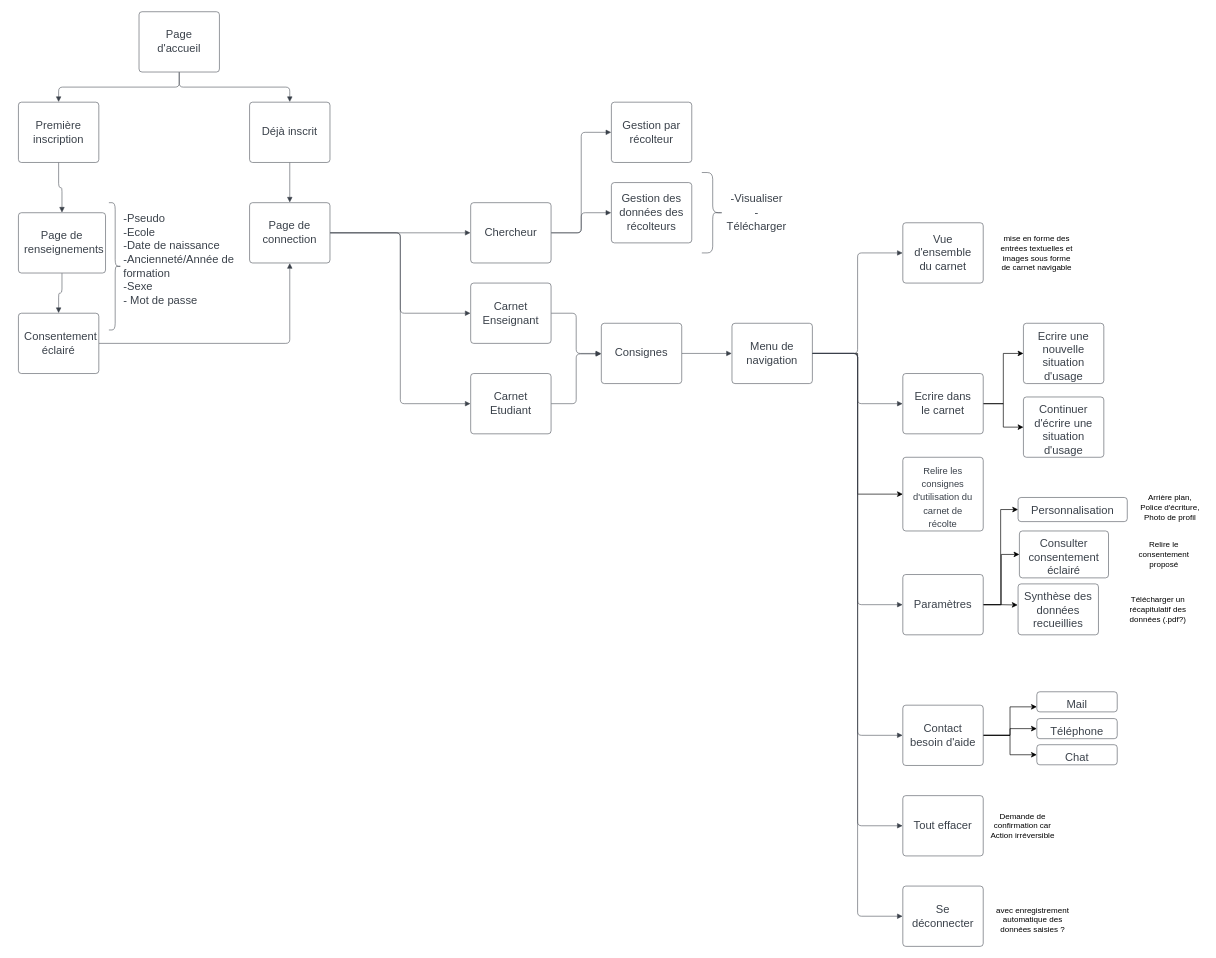
The draw.io diagram carnet_siteweb.drawio in OnzeUn/carnetV0, before the edit. Source tidied: cells renumbered, new cells numbered last; positions are measured from the earlier drawing's top-left corner, leaving out a move shared by most shapes. Both pictures are drawn from the tidied source at 67%, with x=0, y=0 at pixel (18, 11).
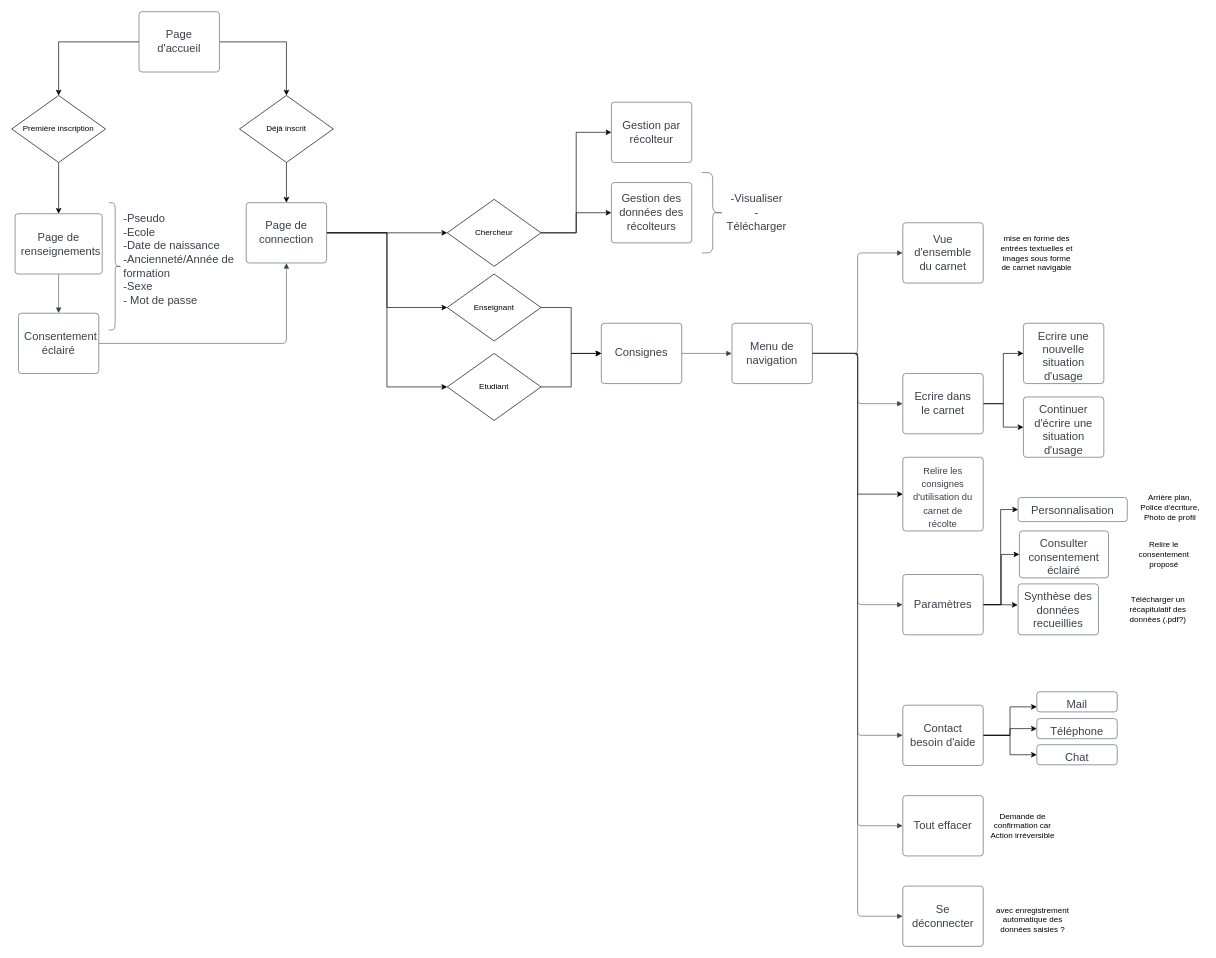
After the change.

Commit message:
Mettre à jour carnet_siteweb.drawio

Unchanged cells that the change refers to:
```xml
<mxCell id="2" value="Page d'accueil" style="html=1;overflow=block;blockSpacing=1;whiteSpace=wrap;fontSize=16.7;fontColor=#3a414a;spacing=9;strokeColor=#3a414a;strokeOpacity=100;rounded=1;absoluteArcSize=1;arcSize=9;strokeWidth=0.8;" parent="1" vertex="1">
  <mxGeometry x="180" width="120" height="90" as="geometry" />
</mxCell>
<mxCell id="16" value="Gestion par récolteur" style="html=1;overflow=block;blockSpacing=1;whiteSpace=wrap;fontSize=16.7;fontColor=#3a414a;spacing=9;strokeColor=#3a414a;strokeOpacity=100;rounded=1;absoluteArcSize=1;arcSize=9;strokeWidth=0.8;" parent="1" vertex="1">
  <mxGeometry x="885" y="135" width="120" height="90" as="geometry" />
</mxCell>
<mxCell id="17" value="Gestion des données des récolteurs" style="html=1;overflow=block;blockSpacing=1;whiteSpace=wrap;fontSize=16.7;fontColor=#3a414a;spacing=9;strokeColor=#3a414a;strokeOpacity=100;rounded=1;absoluteArcSize=1;arcSize=9;strokeWidth=0.8;" parent="1" vertex="1">
  <mxGeometry x="885" y="255" width="120" height="90" as="geometry" />
</mxCell>
<mxCell id="49" value="Consignes" style="html=1;overflow=block;blockSpacing=1;whiteSpace=wrap;fontSize=16.7;fontColor=#3a414a;spacing=9;strokeColor=#3a414a;strokeOpacity=100;rounded=1;absoluteArcSize=1;arcSize=9;strokeWidth=0.8;" parent="1" vertex="1">
  <mxGeometry x="870" y="465" width="120" height="90" as="geometry" />
</mxCell>
```

Diff of the diagram source:
```diff
@@
+    <mxCell id="7" style="edgeStyle=orthogonalEdgeStyle;rounded=0;jettySize=auto;html=1;entryX=0.5;entryY=0;entryDx=0;entryDy=0;" parent="1" edge="1" source="2" target="3">
+      <mxGeometry relative="1" as="geometry" />
+    </mxCell>
+    <mxCell id="8" style="edgeStyle=orthogonalEdgeStyle;rounded=0;jettySize=auto;html=1;entryX=0.5;entryY=0;entryDx=0;entryDy=0;" parent="1" edge="1" source="2" target="4">
+      <mxGeometry relative="1" as="geometry" />
+    </mxCell>
@@
-    <mxCell id="3" value="Première inscription" style="html=1;overflow=block;blockSpacing=1;whiteSpace=wrap;fontSize=16.7;fontColor=#3a414a;spacing=9;strokeColor=#3a414a;strokeOpacity=100;rounded=1;absoluteArcSize=1;arcSize=9;strokeWidth=0.8;" parent="1" vertex="1">
-      <mxGeometry y="135" width="120" height="90" as="geometry" />
-    </mxCell>
-    <mxCell id="4" value="Déjà inscrit" style="html=1;overflow=block;blockSpacing=1;whiteSpace=wrap;fontSize=16.7;fontColor=#3a414a;spacing=9;strokeColor=#3a414a;strokeOpacity=100;rounded=1;absoluteArcSize=1;arcSize=9;strokeWidth=0.8;" parent="1" vertex="1">
-      <mxGeometry x="345" y="135" width="120" height="90" as="geometry" />
-    </mxCell>
+    <mxCell id="13" style="edgeStyle=orthogonalEdgeStyle;rounded=0;jettySize=auto;html=1;" parent="1" edge="1" source="5" target="10">
+      <mxGeometry relative="1" as="geometry" />
+    </mxCell>
+    <mxCell id="71" style="edgeStyle=orthogonalEdgeStyle;rounded=0;jettySize=auto;html=1;entryX=0;entryY=0.5;entryDx=0;entryDy=0;" parent="1" edge="1" source="5" target="74">
+      <mxGeometry relative="1" as="geometry" />
+    </mxCell>
+    <mxCell id="72" style="edgeStyle=orthogonalEdgeStyle;rounded=0;jettySize=auto;html=1;entryX=0;entryY=0.5;entryDx=0;entryDy=0;" parent="1" edge="1" source="5" target="76">
+      <mxGeometry relative="1" as="geometry" />
+    </mxCell>
     <mxCell id="5" value="Page de connection" style="html=1;overflow=block;blockSpacing=1;whiteSpace=wrap;fontSize=16.7;fontColor=#3a414a;spacing=9;strokeColor=#3a414a;strokeOpacity=100;rounded=1;absoluteArcSize=1;arcSize=9;strokeWidth=0.8;" parent="1" vertex="1">
-      <mxGeometry x="345" y="285" width="120" height="90" as="geometry" />
+      <mxGeometry x="340" y="285" width="120" height="90" as="geometry" />
     </mxCell>
@@
-    <mxCell id="7" style="html=1;jettySize=18;whiteSpace=wrap;fontSize=13;strokeColor=#3a414a;strokeOpacity=100;strokeWidth=0.8;rounded=1;arcSize=12;edgeStyle=orthogonalEdgeStyle;startArrow=none;endArrow=block;endFill=1;exitX=0.5;exitY=1.004;exitPerimeter=0;entryX=0.5;entryY=-0.004;entryPerimeter=0;" parent="1" edge="1" source="2" target="3">
-      <mxGeometry relative="1" as="geometry" />
-    </mxCell>
-    <mxCell id="8" style="html=1;jettySize=18;whiteSpace=wrap;fontSize=13;strokeColor=#3a414a;strokeOpacity=100;strokeWidth=0.8;rounded=1;arcSize=12;edgeStyle=orthogonalEdgeStyle;startArrow=none;endArrow=block;endFill=1;exitX=0.5;exitY=1.004;exitPerimeter=0;entryX=0.5;entryY=-0.004;entryPerimeter=0;" parent="1" edge="1" source="2" target="4">
-      <mxGeometry relative="1" as="geometry" />
-    </mxCell>
-    <mxCell id="9" style="html=1;jettySize=18;whiteSpace=wrap;fontSize=13;strokeColor=#3a414a;strokeOpacity=100;strokeWidth=0.8;rounded=1;arcSize=12;edgeStyle=orthogonalEdgeStyle;startArrow=none;endArrow=block;endFill=1;exitX=0.5;exitY=1.004;exitPerimeter=0;entryX=0.5;entryY=-0.004;entryPerimeter=0;" parent="1" edge="1" source="4" target="5">
-      <mxGeometry relative="1" as="geometry" />
-    </mxCell>
-    <mxCell id="10" value="Chercheur" style="html=1;overflow=block;blockSpacing=1;whiteSpace=wrap;fontSize=16.7;fontColor=#3a414a;spacing=9;strokeColor=#3a414a;strokeOpacity=100;rounded=1;absoluteArcSize=1;arcSize=9;strokeWidth=0.8;" parent="1" vertex="1">
-      <mxGeometry x="675" y="285" width="120" height="90" as="geometry" />
-    </mxCell>
-    <mxCell id="11" value="Carnet Enseignant" style="html=1;overflow=block;blockSpacing=1;whiteSpace=wrap;fontSize=16.7;fontColor=#3a414a;spacing=9;strokeColor=#3a414a;strokeOpacity=100;rounded=1;absoluteArcSize=1;arcSize=9;strokeWidth=0.8;" parent="1" vertex="1">
-      <mxGeometry x="675" y="405" width="120" height="90" as="geometry" />
-    </mxCell>
-    <mxCell id="12" value="Carnet Etudiant" style="html=1;overflow=block;blockSpacing=1;whiteSpace=wrap;fontSize=16.7;fontColor=#3a414a;spacing=9;strokeColor=#3a414a;strokeOpacity=100;rounded=1;absoluteArcSize=1;arcSize=9;strokeWidth=0.8;" parent="1" vertex="1">
-      <mxGeometry x="675" y="540" width="120" height="90" as="geometry" />
-    </mxCell>
-    <mxCell id="13" style="html=1;jettySize=18;whiteSpace=wrap;fontSize=13;strokeColor=#3a414a;strokeOpacity=100;strokeWidth=0.8;rounded=1;arcSize=12;edgeStyle=orthogonalEdgeStyle;startArrow=none;endArrow=block;endFill=1;exitX=1.003;exitY=0.5;exitPerimeter=0;entryX=-0.003;entryY=0.5;entryPerimeter=0;" parent="1" edge="1" source="5" target="10">
-      <mxGeometry relative="1" as="geometry" />
-    </mxCell>
-    <mxCell id="14" style="html=1;jettySize=18;whiteSpace=wrap;fontSize=13;strokeColor=#3a414a;strokeOpacity=100;strokeWidth=0.8;rounded=1;arcSize=12;edgeStyle=orthogonalEdgeStyle;startArrow=none;endArrow=block;endFill=1;exitX=1.003;exitY=0.5;exitPerimeter=0;entryX=-0.003;entryY=0.5;entryPerimeter=0;" parent="1" edge="1" source="5" target="11">
-      <mxGeometry relative="1" as="geometry" />
-    </mxCell>
-    <mxCell id="15" style="html=1;jettySize=18;whiteSpace=wrap;fontSize=13;strokeColor=#3a414a;strokeOpacity=100;strokeWidth=0.8;rounded=1;arcSize=12;edgeStyle=orthogonalEdgeStyle;startArrow=none;endArrow=block;endFill=1;exitX=1.003;exitY=0.5;exitPerimeter=0;entryX=-0.003;entryY=0.5;entryPerimeter=0;" parent="1" edge="1" source="5" target="12">
-      <mxGeometry relative="1" as="geometry" />
-    </mxCell>
@@
-    <mxCell id="18" style="html=1;jettySize=18;whiteSpace=wrap;fontSize=13;strokeColor=#3a414a;strokeOpacity=100;strokeWidth=0.8;rounded=1;arcSize=12;edgeStyle=orthogonalEdgeStyle;startArrow=none;endArrow=block;endFill=1;exitX=1.003;exitY=0.5;exitPerimeter=0;entryX=-0.003;entryY=0.5;entryPerimeter=0;" parent="1" edge="1" source="10" target="16">
-      <mxGeometry relative="1" as="geometry" />
-    </mxCell>
-    <mxCell id="19" style="html=1;jettySize=18;whiteSpace=wrap;fontSize=13;strokeColor=#3a414a;strokeOpacity=100;strokeWidth=0.8;rounded=1;arcSize=12;edgeStyle=orthogonalEdgeStyle;startArrow=none;endArrow=block;endFill=1;exitX=1.003;exitY=0.5;exitPerimeter=0;entryX=-0.003;entryY=0.5;entryPerimeter=0;" parent="1" edge="1" source="10" target="17">
-      <mxGeometry relative="1" as="geometry" />
-    </mxCell>
@@
     <mxCell id="42" value="Page de renseignements" style="html=1;overflow=block;blockSpacing=1;whiteSpace=wrap;fontSize=16.7;fontColor=#3a414a;spacing=9;strokeColor=#3a414a;strokeOpacity=100;rounded=1;absoluteArcSize=1;arcSize=9;strokeWidth=0.8;" parent="1" vertex="1">
-      <mxGeometry y="300" width="130" height="90" as="geometry" />
+      <mxGeometry x="-5" y="301.5" width="130" height="90" as="geometry" />
     </mxCell>
-    <mxCell id="43" style="html=1;jettySize=18;whiteSpace=wrap;fontSize=13;strokeColor=#3a414a;strokeOpacity=100;strokeWidth=0.8;rounded=1;arcSize=12;edgeStyle=orthogonalEdgeStyle;startArrow=none;endArrow=block;endFill=1;exitX=0.5;exitY=1.004;exitPerimeter=0;entryX=0.5;entryY=-0.004;entryPerimeter=0;" parent="1" edge="1" source="3" target="42">
-      <mxGeometry relative="1" as="geometry" />
-    </mxCell>
@@
-    <mxCell id="50" style="html=1;jettySize=18;whiteSpace=wrap;fontSize=13;strokeColor=#3a414a;strokeOpacity=100;strokeWidth=0.8;rounded=1;arcSize=12;edgeStyle=orthogonalEdgeStyle;startArrow=none;endArrow=block;endFill=1;exitX=1.003;exitY=0.5;exitPerimeter=0;entryX=-0.003;entryY=0.5;entryPerimeter=0;" parent="1" edge="1" source="11" target="49">
-      <mxGeometry relative="1" as="geometry" />
-    </mxCell>
-    <mxCell id="51" style="html=1;jettySize=18;whiteSpace=wrap;fontSize=13;strokeColor=#3a414a;strokeOpacity=100;strokeWidth=0.8;rounded=1;arcSize=12;edgeStyle=orthogonalEdgeStyle;startArrow=none;endArrow=block;endFill=1;exitX=1.003;exitY=0.5;exitPerimeter=0;entryX=-0.003;entryY=0.508;entryPerimeter=0;" parent="1" edge="1" source="12" target="49">
-      <mxGeometry relative="1" as="geometry" />
-    </mxCell>
@@
+    <mxCell id="43" style="edgeStyle=orthogonalEdgeStyle;rounded=0;jettySize=auto;html=1;entryX=0.5;entryY=0;entryDx=0;entryDy=0;" parent="1" edge="1" source="3" target="42">
+      <mxGeometry relative="1" as="geometry" />
+    </mxCell>
+    <mxCell id="3" value="Première inscription" style="rhombus;whiteSpace=wrap;html=1;" parent="1" vertex="1">
+      <mxGeometry x="-10" y="125" width="140" height="100" as="geometry" />
+    </mxCell>
+    <mxCell id="9" style="edgeStyle=orthogonalEdgeStyle;rounded=0;jettySize=auto;html=1;entryX=0.5;entryY=0;entryDx=0;entryDy=0;" parent="1" edge="1" source="4" target="5">
+      <mxGeometry relative="1" as="geometry" />
+    </mxCell>
+    <mxCell id="4" value="Déjà inscrit" style="rhombus;whiteSpace=wrap;html=1;" parent="1" vertex="1">
+      <mxGeometry x="330" y="125" width="140" height="100" as="geometry" />
+    </mxCell>
+    <mxCell id="18" style="edgeStyle=orthogonalEdgeStyle;rounded=0;jettySize=auto;html=1;entryX=0;entryY=0.5;entryDx=0;entryDy=0;" parent="1" edge="1" source="10" target="16">
+      <mxGeometry relative="1" as="geometry" />
+    </mxCell>
+    <mxCell id="19" style="edgeStyle=orthogonalEdgeStyle;rounded=0;jettySize=auto;html=1;entryX=0;entryY=0.5;entryDx=0;entryDy=0;" parent="1" edge="1" source="10" target="17">
+      <mxGeometry relative="1" as="geometry" />
+    </mxCell>
+    <mxCell id="10" value="Chercheur" style="rhombus;whiteSpace=wrap;html=1;" parent="1" vertex="1">
+      <mxGeometry x="640" y="280" width="140" height="100" as="geometry" />
+    </mxCell>
+    <mxCell id="73" style="edgeStyle=orthogonalEdgeStyle;rounded=0;jettySize=auto;html=1;entryX=0;entryY=0.5;entryDx=0;entryDy=0;" parent="1" edge="1" source="74" target="49">
+      <mxGeometry relative="1" as="geometry" />
+    </mxCell>
+    <mxCell id="74" value="Enseignant" style="rhombus;whiteSpace=wrap;html=1;" parent="1" vertex="1">
+      <mxGeometry x="640" y="391.5" width="140" height="100" as="geometry" />
+    </mxCell>
+    <mxCell id="75" style="edgeStyle=orthogonalEdgeStyle;rounded=0;jettySize=auto;html=1;entryX=0;entryY=0.5;entryDx=0;entryDy=0;" parent="1" edge="1" source="76" target="49">
+      <mxGeometry relative="1" as="geometry" />
+    </mxCell>
+    <mxCell id="76" value="Etudiant" style="rhombus;whiteSpace=wrap;html=1;" parent="1" vertex="1">
+      <mxGeometry x="640" y="510" width="140" height="100" as="geometry" />
+    </mxCell>
```
